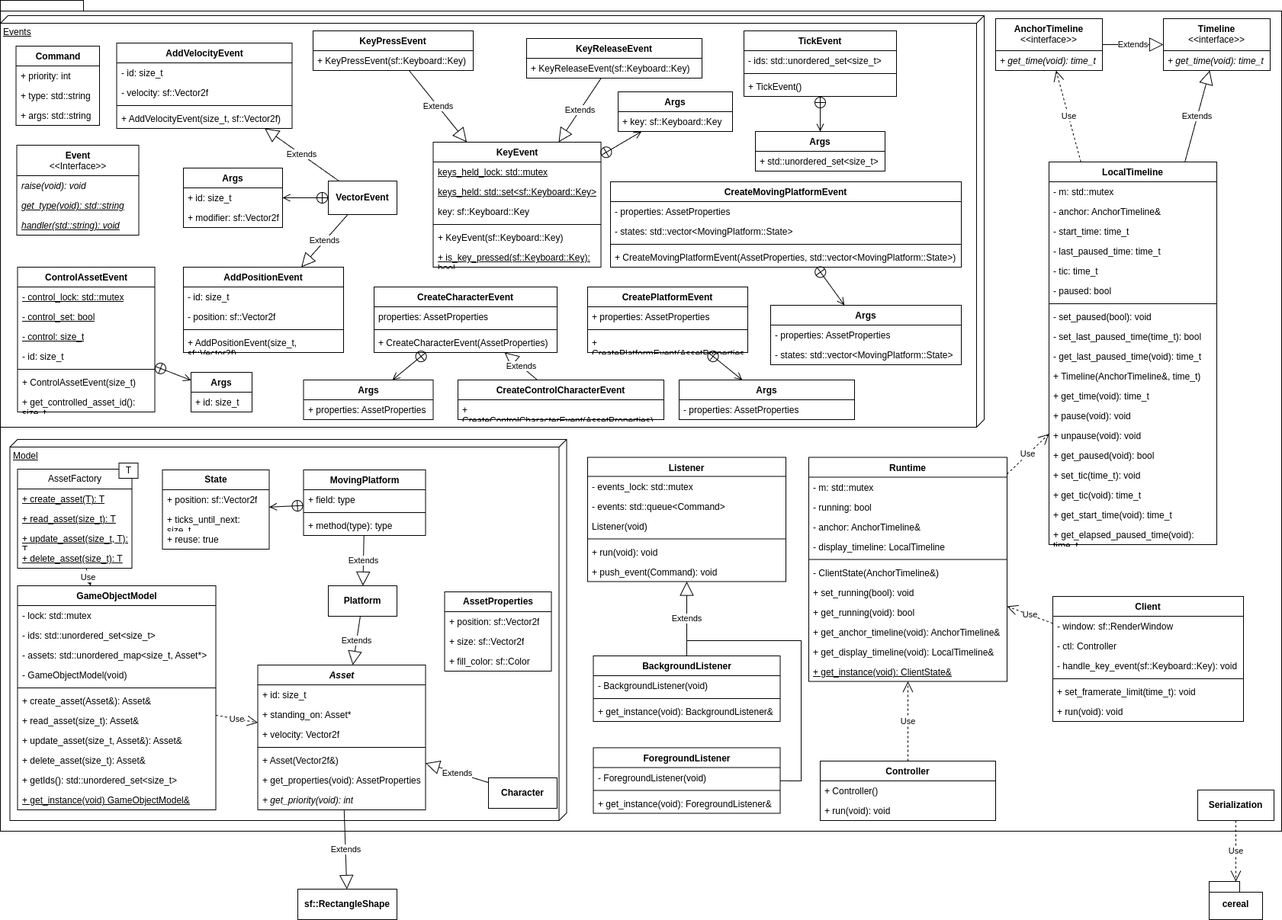
Above: uml/splat_i2.png in mwhicks-dev/SPlat (draw.io), before the change. Source tidied: cells renumbered, new cells last; positions are measured from the earlier drawing's top-left corner, leaving out a move shared by most shapes.
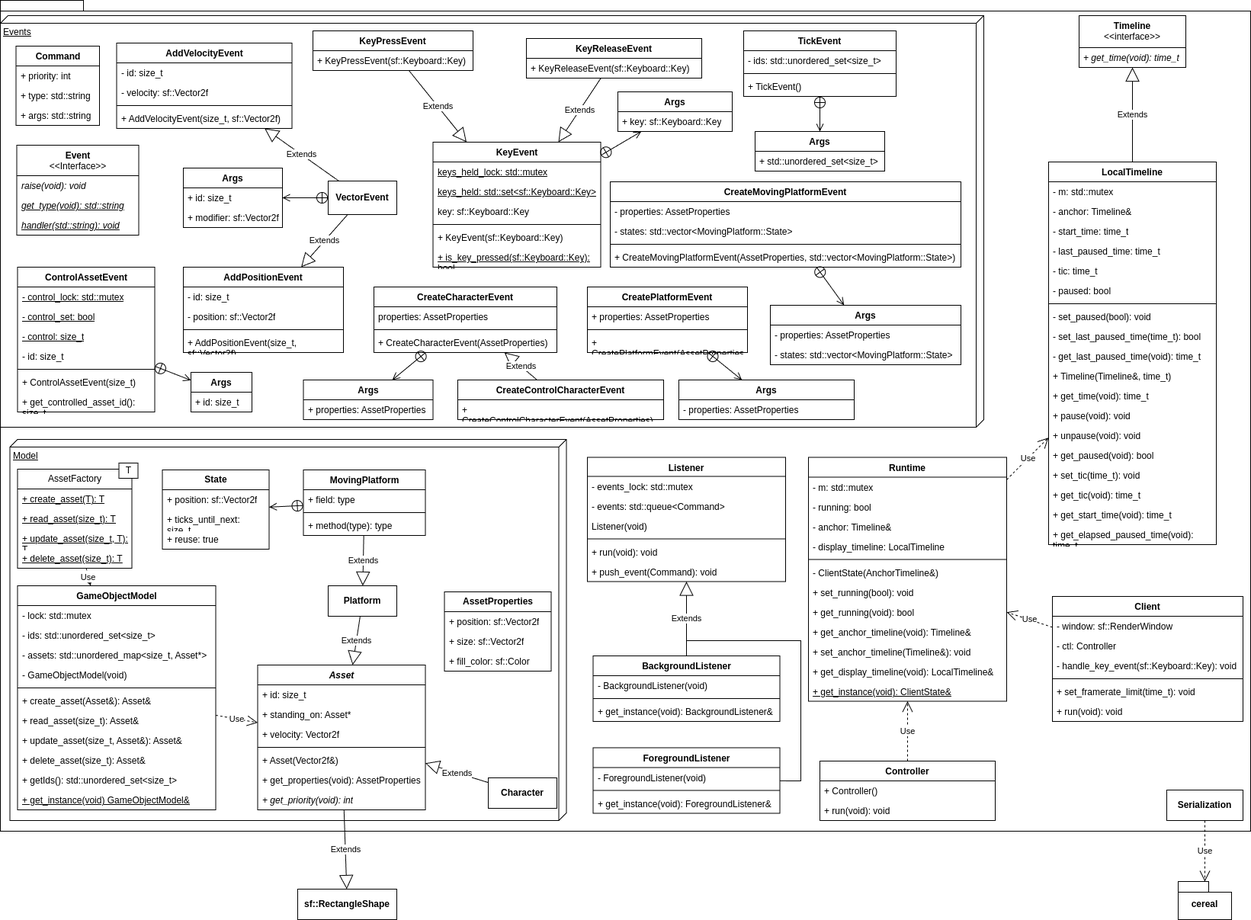
The same file after the commit.

Commit message:
Removed AnchorTimeline interface from UML; adds no value #13

Change to the diagram source:
```diff
@@ -3,7 +3,7 @@
     <mxCell id="0" />
     <mxCell id="1" parent="0" />
     <mxCell id="2" style="shape=folder;fontStyle=1;spacingTop=10;tabWidth=40;tabHeight=14;tabPosition=left;html=1;whiteSpace=wrap;" parent="1" vertex="1">
-      <mxGeometry width="1680" height="1090" as="geometry" />
+      <mxGeometry width="1640" height="1090" as="geometry" />
     </mxCell>
     <mxCell id="3" value="Model" style="verticalAlign=top;align=left;spacingTop=8;spacingLeft=2;spacingRight=12;shape=cube;size=10;direction=south;fontStyle=4;html=1;whiteSpace=wrap;" parent="1" vertex="1">
       <mxGeometry x="12.5" y="576" width="730" height="500" as="geometry" />
@@ -105,10 +105,10 @@
       <mxGeometry y="52" width="230" height="26" as="geometry" />
     </mxCell>
     <mxCell id="36" value="&lt;b&gt;Serialization&lt;/b&gt;" style="html=1;whiteSpace=wrap;" parent="1" vertex="1">
-      <mxGeometry x="1570" y="1036" width="100" height="40" as="geometry" />
+      <mxGeometry x="1530" y="1036" width="100" height="40" as="geometry" />
     </mxCell>
     <mxCell id="37" value="cereal" style="shape=folder;fontStyle=1;spacingTop=10;tabWidth=40;tabHeight=14;tabPosition=left;html=1;whiteSpace=wrap;" parent="1" vertex="1">
-      <mxGeometry x="1585" y="1156" width="70" height="50" as="geometry" />
+      <mxGeometry x="1545" y="1156" width="70" height="50" as="geometry" />
     </mxCell>
     <mxCell id="38" value="Use" style="endArrow=open;endSize=12;dashed=1;html=1;rounded=0;" parent="1" edge="1" source="36" target="37">
       <mxGeometry relative="1" as="geometry" />
@@ -510,7 +510,7 @@
       <mxGeometry y="60" width="245" height="26" as="geometry" />
     </mxCell>
     <mxCell id="169" value="Runtime" style="swimlane;fontStyle=1;align=center;verticalAlign=top;horizontal=1;startSize=26;whiteSpace=wrap;html=1;" parent="1" vertex="1">
-      <mxGeometry x="1060" y="599.5" width="260" height="294" as="geometry" />
+      <mxGeometry x="1060" y="599.5" width="260" height="320" as="geometry" />
     </mxCell>
     <mxCell id="170" value="- m: std::mutex" style="text;strokeColor=none;fillColor=none;align=left;verticalAlign=top;spacingLeft=4;spacingRight=4;overflow=hidden;whiteSpace=wrap;html=1;" parent="169" vertex="1">
       <mxGeometry y="26" width="260" height="26" as="geometry" />
@@ -518,7 +518,7 @@
     <mxCell id="171" value="- running: bool" style="text;strokeColor=none;fillColor=none;align=left;verticalAlign=top;spacingLeft=4;spacingRight=4;overflow=hidden;whiteSpace=wrap;html=1;" parent="169" vertex="1">
       <mxGeometry y="52" width="260" height="26" as="geometry" />
     </mxCell>
-    <mxCell id="172" value="- anchor: AnchorTimeline&amp;amp;" style="text;strokeColor=none;fillColor=none;align=left;verticalAlign=top;spacingLeft=4;spacingRight=4;overflow=hidden;whiteSpace=wrap;html=1;" parent="169" vertex="1">
+    <mxCell id="172" value="- anchor: Timeline&amp;amp;" style="text;strokeColor=none;fillColor=none;align=left;verticalAlign=top;spacingLeft=4;spacingRight=4;overflow=hidden;whiteSpace=wrap;html=1;" parent="169" vertex="1">
       <mxGeometry y="78" width="260" height="26" as="geometry" />
     </mxCell>
     <mxCell id="173" value="- display_timeline: LocalTimeline" style="text;strokeColor=none;fillColor=none;align=left;verticalAlign=top;spacingLeft=4;spacingRight=4;overflow=hidden;whiteSpace=wrap;html=1;" parent="169" vertex="1">
@@ -536,14 +536,17 @@
     <mxCell id="177" value="+ get_running(void): bool" style="text;strokeColor=none;fillColor=none;align=left;verticalAlign=top;spacingLeft=4;spacingRight=4;overflow=hidden;whiteSpace=wrap;html=1;" parent="169" vertex="1">
       <mxGeometry y="190" width="260" height="26" as="geometry" />
     </mxCell>
-    <mxCell id="178" value="+ get_anchor_timeline(void): AnchorTimeline&amp;amp;" style="text;strokeColor=none;fillColor=none;align=left;verticalAlign=top;spacingLeft=4;spacingRight=4;overflow=hidden;whiteSpace=wrap;html=1;" parent="169" vertex="1">
+    <mxCell id="178" value="+ get_anchor_timeline(void): Timeline&amp;amp;" style="text;strokeColor=none;fillColor=none;align=left;verticalAlign=top;spacingLeft=4;spacingRight=4;overflow=hidden;whiteSpace=wrap;html=1;" parent="169" vertex="1">
       <mxGeometry y="216" width="260" height="26" as="geometry" />
     </mxCell>
+    <mxCell id="213" value="+ set_anchor_timeline(Timeline&amp;amp;): void" style="text;strokeColor=none;fillColor=none;align=left;verticalAlign=top;spacingLeft=4;spacingRight=4;overflow=hidden;whiteSpace=wrap;html=1;" parent="169" vertex="1">
+      <mxGeometry y="242" width="260" height="26" as="geometry" />
+    </mxCell>
     <mxCell id="179" value="+ get_display_timeline(void): LocalTimeline&amp;amp;" style="text;strokeColor=none;fillColor=none;align=left;verticalAlign=top;spacingLeft=4;spacingRight=4;overflow=hidden;whiteSpace=wrap;html=1;" parent="169" vertex="1">
-      <mxGeometry y="242" width="260" height="26" as="geometry" />
+      <mxGeometry y="268" width="260" height="26" as="geometry" />
     </mxCell>
     <mxCell id="180" value="+ get_instance(void): ClientState&amp;amp;" style="text;strokeColor=none;fillColor=none;align=left;verticalAlign=top;spacingLeft=4;spacingRight=4;overflow=hidden;whiteSpace=wrap;html=1;fontStyle=4;" parent="169" vertex="1">
-      <mxGeometry y="268" width="260" height="26" as="geometry" />
+      <mxGeometry y="294" width="260" height="26" as="geometry" />
     </mxCell>
     <mxCell id="181" value="Use" style="endArrow=open;endSize=12;dashed=1;html=1;rounded=0;" parent="1" edge="1" source="26" target="169">
       <mxGeometry relative="1" as="geometry" />
@@ -551,16 +554,16 @@
     <mxCell id="182" value="Use" style="endArrow=open;endSize=12;dashed=1;html=1;rounded=0;" parent="1" edge="1" source="33" target="169">
       <mxGeometry relative="1" as="geometry" />
     </mxCell>
-    <mxCell id="183" style="group;" parent="1" vertex="1">
-      <mxGeometry x="1305" y="24" width="360" height="690" as="geometry" />
-    </mxCell>
+    <mxCell id="212" value="Use" style="endArrow=open;endSize=12;dashed=1;html=1;rounded=0;" parent="1" edge="1" source="169" target="184">
+      <mxGeometry relative="1" as="geometry" />
+    </mxCell>
-    <mxCell id="184" value="LocalTimeline" style="swimlane;fontStyle=1;align=center;verticalAlign=top;horizontal=1;startSize=26;whiteSpace=wrap;html=1;" parent="183" vertex="1">
-      <mxGeometry x="70" y="188" width="220" height="502" as="geometry" />
+    <mxCell id="184" value="LocalTimeline" style="swimlane;fontStyle=1;align=center;verticalAlign=top;horizontal=1;startSize=26;whiteSpace=wrap;html=1;" parent="1" vertex="1">
+      <mxGeometry x="1375" y="212" width="220" height="502" as="geometry" />
     </mxCell>
     <mxCell id="185" value="- m: std::mutex" style="text;strokeColor=none;fillColor=none;align=left;verticalAlign=top;spacingLeft=4;spacingRight=4;overflow=hidden;whiteSpace=wrap;html=1;" parent="184" vertex="1">
       <mxGeometry y="26" width="220" height="26" as="geometry" />
     </mxCell>
-    <mxCell id="186" value="- anchor: AnchorTimeline&amp;amp;" style="text;strokeColor=none;fillColor=none;align=left;verticalAlign=top;spacingLeft=4;spacingRight=4;overflow=hidden;whiteSpace=wrap;html=1;" parent="184" vertex="1">
+    <mxCell id="186" value="- anchor: Timeline&amp;amp;" style="text;strokeColor=none;fillColor=none;align=left;verticalAlign=top;spacingLeft=4;spacingRight=4;overflow=hidden;whiteSpace=wrap;html=1;" parent="184" vertex="1">
       <mxGeometry y="52" width="220" height="26" as="geometry" />
     </mxCell>
     <mxCell id="187" value="- start_time: time_t" style="text;strokeColor=none;fillColor=none;align=left;verticalAlign=top;spacingLeft=4;spacingRight=4;overflow=hidden;whiteSpace=wrap;html=1;" parent="184" vertex="1">
@@ -587,7 +590,7 @@
     <mxCell id="194" value="- get_last_paused_time(void): time_t" style="text;strokeColor=none;fillColor=none;align=left;verticalAlign=top;spacingLeft=4;spacingRight=4;overflow=hidden;whiteSpace=wrap;html=1;" parent="184" vertex="1">
       <mxGeometry y="242" width="220" height="26" as="geometry" />
     </mxCell>
-    <mxCell id="195" value="+ Timeline(AnchorTimeline&amp;amp;, time_t)" style="text;strokeColor=none;fillColor=none;align=left;verticalAlign=top;spacingLeft=4;spacingRight=4;overflow=hidden;whiteSpace=wrap;html=1;" parent="184" vertex="1">
+    <mxCell id="195" value="+ Timeline(Timeline&amp;amp;, time_t)" style="text;strokeColor=none;fillColor=none;align=left;verticalAlign=top;spacingLeft=4;spacingRight=4;overflow=hidden;whiteSpace=wrap;html=1;" parent="184" vertex="1">
       <mxGeometry y="268" width="220" height="26" as="geometry" />
     </mxCell>
     <mxCell id="196" value="+ get_time(void): time_t" style="text;strokeColor=none;fillColor=none;align=left;verticalAlign=top;spacingLeft=4;spacingRight=4;overflow=hidden;whiteSpace=wrap;html=1;" parent="184" vertex="1">
@@ -614,32 +617,14 @@
     <mxCell id="203" value="+ get_elapsed_paused_time(void): time_t" style="text;strokeColor=none;fillColor=none;align=left;verticalAlign=top;spacingLeft=4;spacingRight=4;overflow=hidden;whiteSpace=wrap;html=1;" parent="184" vertex="1">
       <mxGeometry y="476" width="220" height="26" as="geometry" />
     </mxCell>
-    <mxCell id="204" value="Use" style="endArrow=open;endSize=12;dashed=1;html=1;rounded=0;" parent="183" edge="1" source="184" target="209">
-      <mxGeometry relative="1" as="geometry" />
-    </mxCell>
-    <mxCell id="205" value="Extends" style="endArrow=block;endSize=16;endFill=0;html=1;rounded=0;" parent="183" edge="1" source="184" target="207">
+    <mxCell id="205" value="Extends" style="endArrow=block;endSize=16;endFill=0;html=1;rounded=0;" parent="1" edge="1" source="184" target="207">
       <mxGeometry relative="1" as="geometry" />
     </mxCell>
-    <mxCell id="206" style="group;" parent="183" vertex="1">
-      <mxGeometry width="360" height="68" as="geometry" />
-    </mxCell>
-    <mxCell id="207" value="Timeline&lt;div&gt;&lt;span style=&quot;font-weight: normal;&quot;&gt;&amp;lt;&amp;lt;interface&amp;gt;&amp;gt;&lt;/span&gt;&lt;/div&gt;" style="swimlane;fontStyle=1;align=center;verticalAlign=top;horizontal=1;startSize=42;whiteSpace=wrap;html=1;" parent="206" vertex="1">
-      <mxGeometry x="220" width="140" height="68" as="geometry" />
+    <mxCell id="207" value="Timeline&lt;div&gt;&lt;span style=&quot;font-weight: normal;&quot;&gt;&amp;lt;&amp;lt;interface&amp;gt;&amp;gt;&lt;/span&gt;&lt;/div&gt;" style="swimlane;fontStyle=1;align=center;verticalAlign=top;horizontal=1;startSize=42;whiteSpace=wrap;html=1;" parent="1" vertex="1">
+      <mxGeometry x="1415" y="20" width="140" height="68" as="geometry" />
     </mxCell>
     <mxCell id="208" value="+ get_time(void): time_t" style="text;strokeColor=none;fillColor=none;align=left;verticalAlign=top;spacingLeft=4;spacingRight=4;overflow=hidden;whiteSpace=wrap;html=1;fontStyle=2;" parent="207" vertex="1">
       <mxGeometry y="42" width="140" height="26" as="geometry" />
     </mxCell>
-    <mxCell id="209" value="AnchorTimeline&lt;div&gt;&lt;span style=&quot;font-weight: normal;&quot;&gt;&amp;lt;&amp;lt;interface&amp;gt;&amp;gt;&lt;/span&gt;&lt;/div&gt;" style="swimlane;fontStyle=1;align=center;verticalAlign=top;horizontal=1;startSize=42;whiteSpace=wrap;html=1;" parent="206" vertex="1">
-      <mxGeometry width="140" height="68" as="geometry" />
-    </mxCell>
-    <mxCell id="210" value="+ get_time(void): time_t" style="text;strokeColor=none;fillColor=none;align=left;verticalAlign=top;spacingLeft=4;spacingRight=4;overflow=hidden;whiteSpace=wrap;html=1;fontStyle=2;" parent="209" vertex="1">
-      <mxGeometry y="42" width="140" height="26" as="geometry" />
-    </mxCell>
-    <mxCell id="211" value="Extends" style="endArrow=block;endSize=16;endFill=0;html=1;rounded=0;" parent="206" edge="1" source="209" target="207">
-      <mxGeometry relative="1" as="geometry" />
-    </mxCell>
-    <mxCell id="212" value="Use" style="endArrow=open;endSize=12;dashed=1;html=1;rounded=0;" parent="1" edge="1" source="169" target="184">
-      <mxGeometry relative="1" as="geometry" />
-    </mxCell>
   </root>
 </mxGraphModel>
```
